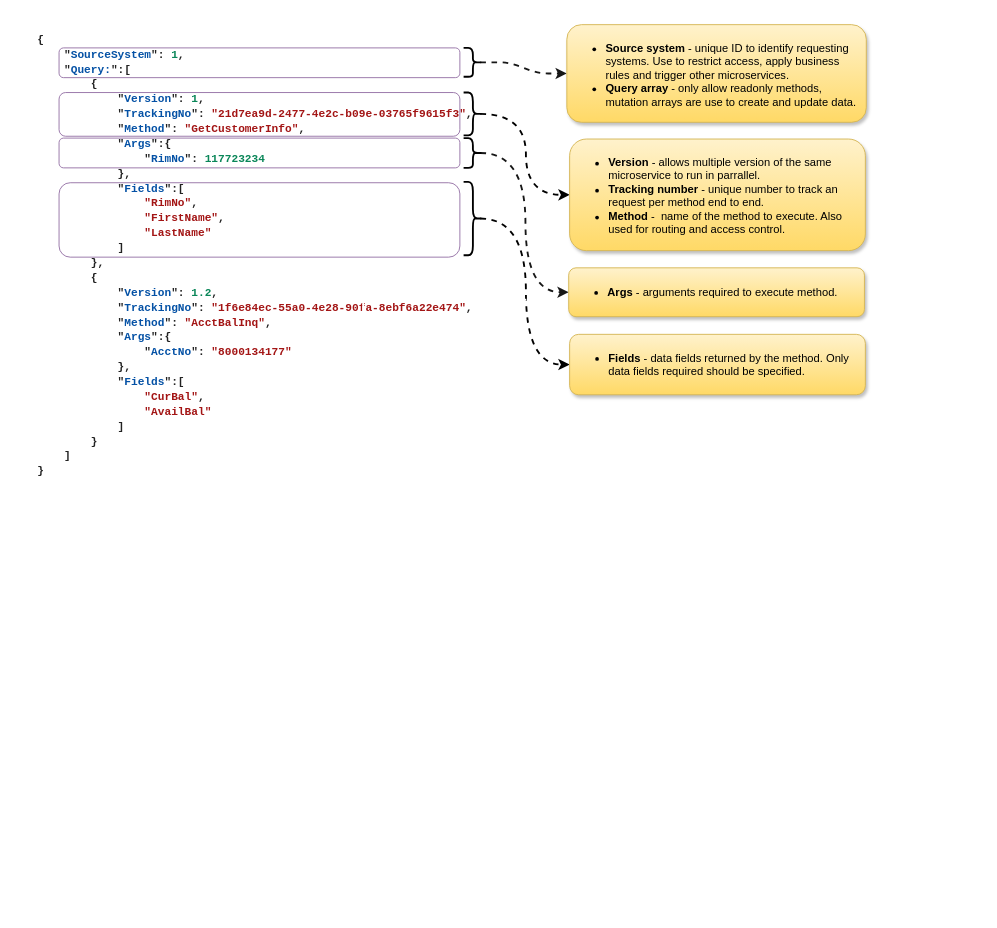
Above: page "API Taximony" (2 of 8) of Microservice Architecture.drawio in badenhorstp/readme (draw.io), before the change. Source tidied: cells renumbered, new cells numbered last; positions are measured from the earlier drawing's top-left corner, leaving out a move shared by most shapes. Both pictures are drawn from the tidied source at 93%, with x=0, y=0 at pixel (35, 16).
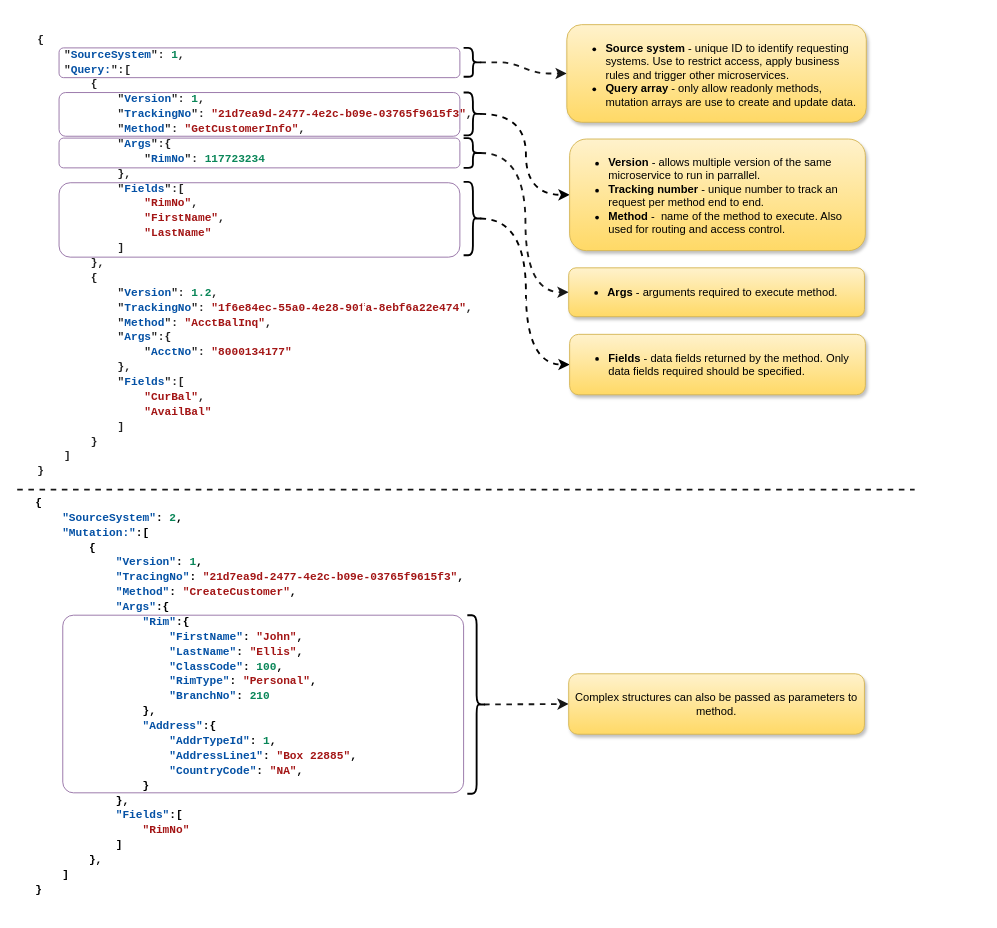
The same diagram, later.

Diff of the diagram source:
```diff
@@
+    <mxCell id="21" value="&lt;div style=&quot;box-sizing: border-box ; font-family: &amp;#34;menlo&amp;#34; , &amp;#34;monaco&amp;#34; , &amp;#34;consolas&amp;#34; , &amp;#34;courier new&amp;#34; , &amp;#34;courier&amp;#34; , monospace ; font-size: 15px&quot;&gt;&lt;pre style=&quot;font-size: 15px&quot;&gt;&lt;div style=&quot;color: rgb(212 , 212 , 212) ; background-color: rgb(30 , 30 , 30) ; font-family: &amp;#34;consolas&amp;#34; , &amp;#34;courier new&amp;#34; , monospace ; font-size: 12px ; line-height: 16px&quot;&gt;&lt;div style=&quot;font-family: &amp;#34;consolas&amp;#34; , &amp;#34;courier new&amp;#34; , monospace ; line-height: 16px&quot;&gt;&lt;div style=&quot;color: rgb(0 , 0 , 0) ; background-color: rgb(255 , 255 , 255) ; font-family: &amp;#34;consolas&amp;#34; , &amp;#34;courier new&amp;#34; , monospace ; font-weight: bold ; line-height: 16px&quot;&gt;&lt;div&gt;&lt;div style=&quot;font-family: &amp;#34;consolas&amp;#34; , &amp;#34;courier new&amp;#34; , monospace ; line-height: 16px&quot;&gt;&lt;div&gt;{&lt;/div&gt;&lt;div&gt;&amp;nbsp;&amp;nbsp;&amp;nbsp;&amp;nbsp;&lt;span style=&quot;color: #0451a5&quot;&gt;&quot;SourceSystem&quot;&lt;/span&gt;:&amp;nbsp;&lt;span style=&quot;color: #098658&quot;&gt;2&lt;/span&gt;,&lt;/div&gt;&lt;div&gt;&amp;nbsp;&amp;nbsp;&amp;nbsp;&amp;nbsp;&lt;span style=&quot;color: #0451a5&quot;&gt;&quot;Mutation:&quot;&lt;/span&gt;:[&lt;/div&gt;&lt;div&gt;&amp;nbsp;&amp;nbsp;&amp;nbsp;&amp;nbsp;&amp;nbsp;&amp;nbsp;&amp;nbsp;&amp;nbsp;{&lt;/div&gt;&lt;div&gt;&amp;nbsp;&amp;nbsp;&amp;nbsp;&amp;nbsp;&amp;nbsp;&amp;nbsp;&amp;nbsp;&amp;nbsp;&amp;nbsp;&amp;nbsp;&amp;nbsp;&amp;nbsp;&lt;span style=&quot;color: #0451a5&quot;&gt;&quot;Version&quot;&lt;/span&gt;:&amp;nbsp;&lt;span style=&quot;color: #098658&quot;&gt;1&lt;/span&gt;,&lt;/div&gt;&lt;div&gt;&amp;nbsp;&amp;nbsp;&amp;nbsp;&amp;nbsp;&amp;nbsp;&amp;nbsp;&amp;nbsp;&amp;nbsp;&amp;nbsp;&amp;nbsp;&amp;nbsp;&amp;nbsp;&lt;span style=&quot;color: #0451a5&quot;&gt;&quot;TracingNo&quot;&lt;/span&gt;:&amp;nbsp;&lt;span style=&quot;color: #a31515&quot;&gt;&quot;21d7ea9d-2477-4e2c-b09e-03765f9615f3&quot;&lt;/span&gt;,&lt;/div&gt;&lt;div&gt;&amp;nbsp;&amp;nbsp;&amp;nbsp;&amp;nbsp;&amp;nbsp;&amp;nbsp;&amp;nbsp;&amp;nbsp;&amp;nbsp;&amp;nbsp;&amp;nbsp;&amp;nbsp;&lt;span style=&quot;color: #0451a5&quot;&gt;&quot;Method&quot;&lt;/span&gt;:&amp;nbsp;&lt;span style=&quot;color: #a31515&quot;&gt;&quot;CreateCustomer&quot;&lt;/span&gt;,&lt;/div&gt;&lt;div&gt;&amp;nbsp;&amp;nbsp;&amp;nbsp;&amp;nbsp;&amp;nbsp;&amp;nbsp;&amp;nbsp;&amp;nbsp;&amp;nbsp;&amp;nbsp;&amp;nbsp;&amp;nbsp;&lt;span style=&quot;color: #0451a5&quot;&gt;&quot;Args&quot;&lt;/span&gt;:{&lt;/div&gt;&lt;div&gt;&amp;nbsp;&amp;nbsp;&amp;nbsp;&amp;nbsp;&amp;nbsp;&amp;nbsp;&amp;nbsp;&amp;nbsp;&amp;nbsp;&amp;nbsp;&amp;nbsp;&amp;nbsp;&amp;nbsp;&amp;nbsp;&amp;nbsp;&amp;nbsp;&lt;span style=&quot;color: #0451a5&quot;&gt;&quot;Rim&quot;&lt;/span&gt;:{&lt;/div&gt;&lt;div&gt;&amp;nbsp;&amp;nbsp;&amp;nbsp;&amp;nbsp;&amp;nbsp;&amp;nbsp;&amp;nbsp;&amp;nbsp;&amp;nbsp;&amp;nbsp;&amp;nbsp;&amp;nbsp;&amp;nbsp;&amp;nbsp;&amp;nbsp;&amp;nbsp;&amp;nbsp;&amp;nbsp;&amp;nbsp;&amp;nbsp;&lt;span style=&quot;color: #0451a5&quot;&gt;&quot;FirstName&quot;&lt;/span&gt;:&amp;nbsp;&lt;span style=&quot;color: #a31515&quot;&gt;&quot;John&quot;&lt;/span&gt;,&lt;/div&gt;&lt;div&gt;&amp;nbsp;&amp;nbsp;&amp;nbsp;&amp;nbsp;&amp;nbsp;&amp;nbsp;&amp;nbsp;&amp;nbsp;&amp;nbsp;&amp;nbsp;&amp;nbsp;&amp;nbsp;&amp;nbsp;&amp;nbsp;&amp;nbsp;&amp;nbsp;&amp;nbsp;&amp;nbsp;&amp;nbsp;&amp;nbsp;&lt;span style=&quot;color: #0451a5&quot;&gt;&quot;LastName&quot;&lt;/span&gt;:&amp;nbsp;&lt;span style=&quot;color: #a31515&quot;&gt;&quot;Ellis&quot;&lt;/span&gt;,&lt;/div&gt;&lt;div&gt;&amp;nbsp;&amp;nbsp;&amp;nbsp;&amp;nbsp;&amp;nbsp;&amp;nbsp;&amp;nbsp;&amp;nbsp;&amp;nbsp;&amp;nbsp;&amp;nbsp;&amp;nbsp;&amp;nbsp;&amp;nbsp;&amp;nbsp;&amp;nbsp;&amp;nbsp;&amp;nbsp;&amp;nbsp;&amp;nbsp;&lt;span style=&quot;color: #0451a5&quot;&gt;&quot;ClassCode&quot;&lt;/span&gt;:&amp;nbsp;&lt;span style=&quot;color: #098658&quot;&gt;100&lt;/span&gt;,&lt;/div&gt;&lt;div&gt;&amp;nbsp;&amp;nbsp;&amp;nbsp;&amp;nbsp;&amp;nbsp;&amp;nbsp;&amp;nbsp;&amp;nbsp;&amp;nbsp;&amp;nbsp;&amp;nbsp;&amp;nbsp;&amp;nbsp;&amp;nbsp;&amp;nbsp;&amp;nbsp;&amp;nbsp;&amp;nbsp;&amp;nbsp;&amp;nbsp;&lt;span style=&quot;color: #0451a5&quot;&gt;&quot;RimType&quot;&lt;/span&gt;:&amp;nbsp;&lt;span style=&quot;color: #a31515&quot;&gt;&quot;Personal&quot;&lt;/span&gt;,&lt;/div&gt;&lt;div&gt;&amp;nbsp;&amp;nbsp;&amp;nbsp;&amp;nbsp;&amp;nbsp;&amp;nbsp;&amp;nbsp;&amp;nbsp;&amp;nbsp;&amp;nbsp;&amp;nbsp;&amp;nbsp;&amp;nbsp;&amp;nbsp;&amp;nbsp;&amp;nbsp;&amp;nbsp;&amp;nbsp;&amp;nbsp;&amp;nbsp;&lt;span style=&quot;color: #0451a5&quot;&gt;&quot;BranchNo&quot;&lt;/span&gt;:&amp;nbsp;&lt;span style=&quot;color: #098658&quot;&gt;210&lt;/span&gt;&lt;/div&gt;&lt;div&gt;&amp;nbsp;&amp;nbsp;&amp;nbsp;&amp;nbsp;&amp;nbsp;&amp;nbsp;&amp;nbsp;&amp;nbsp;&amp;nbsp;&amp;nbsp;&amp;nbsp;&amp;nbsp;&amp;nbsp;&amp;nbsp;&amp;nbsp;&amp;nbsp;},&lt;/div&gt;&lt;div&gt;&amp;nbsp;&amp;nbsp;&amp;nbsp;&amp;nbsp;&amp;nbsp;&amp;nbsp;&amp;nbsp;&amp;nbsp;&amp;nbsp;&amp;nbsp;&amp;nbsp;&amp;nbsp;&amp;nbsp;&amp;nbsp;&amp;nbsp;&amp;nbsp;&lt;span style=&quot;color: #0451a5&quot;&gt;&quot;Address&quot;&lt;/span&gt;:{&lt;/div&gt;&lt;div&gt;&amp;nbsp;&amp;nbsp;&amp;nbsp;&amp;nbsp;&amp;nbsp;&amp;nbsp;&amp;nbsp;&amp;nbsp;&amp;nbsp;&amp;nbsp;&amp;nbsp;&amp;nbsp;&amp;nbsp;&amp;nbsp;&amp;nbsp;&amp;nbsp;&amp;nbsp;&amp;nbsp;&amp;nbsp;&amp;nbsp;&lt;span style=&quot;color: #0451a5&quot;&gt;&quot;AddrTypeId&quot;&lt;/span&gt;:&amp;nbsp;&lt;span style=&quot;color: #098658&quot;&gt;1&lt;/span&gt;,&lt;/div&gt;&lt;div&gt;&amp;nbsp;&amp;nbsp;&amp;nbsp;&amp;nbsp;&amp;nbsp;&amp;nbsp;&amp;nbsp;&amp;nbsp;&amp;nbsp;&amp;nbsp;&amp;nbsp;&amp;nbsp;&amp;nbsp;&amp;nbsp;&amp;nbsp;&amp;nbsp;&amp;nbsp;&amp;nbsp;&amp;nbsp;&amp;nbsp;&lt;span style=&quot;color: #0451a5&quot;&gt;&quot;AddressLine1&quot;&lt;/span&gt;:&amp;nbsp;&lt;span style=&quot;color: #a31515&quot;&gt;&quot;Box&amp;nbsp;22885&quot;&lt;/span&gt;,&lt;/div&gt;&lt;div&gt;&amp;nbsp;&amp;nbsp;&amp;nbsp;&amp;nbsp;&amp;nbsp;&amp;nbsp;&amp;nbsp;&amp;nbsp;&amp;nbsp;&amp;nbsp;&amp;nbsp;&amp;nbsp;&amp;nbsp;&amp;nbsp;&amp;nbsp;&amp;nbsp;&amp;nbsp;&amp;nbsp;&amp;nbsp;&amp;nbsp;&lt;span style=&quot;color: #0451a5&quot;&gt;&quot;CountryCode&quot;&lt;/span&gt;:&amp;nbsp;&lt;span style=&quot;color: #a31515&quot;&gt;&quot;NA&quot;&lt;/span&gt;,&lt;/div&gt;&lt;div&gt;&amp;nbsp;&amp;nbsp;&amp;nbsp;&amp;nbsp;&amp;nbsp;&amp;nbsp;&amp;nbsp;&amp;nbsp;&amp;nbsp;&amp;nbsp;&amp;nbsp;&amp;nbsp;&amp;nbsp;&amp;nbsp;&amp;nbsp;&amp;nbsp;}&lt;/div&gt;&lt;div&gt;&amp;nbsp;&amp;nbsp;&amp;nbsp;&amp;nbsp;&amp;nbsp;&amp;nbsp;&amp;nbsp;&amp;nbsp;&amp;nbsp;&amp;nbsp;&amp;nbsp;&amp;nbsp;},&lt;/div&gt;&lt;div&gt;&amp;nbsp;&amp;nbsp;&amp;nbsp;&amp;nbsp;&amp;nbsp;&amp;nbsp;&amp;nbsp;&amp;nbsp;&amp;nbsp;&amp;nbsp;&amp;nbsp;&amp;nbsp;&lt;span style=&quot;color: #0451a5&quot;&gt;&quot;Fields&quot;&lt;/span&gt;:[&lt;/div&gt;&lt;div&gt;&amp;nbsp;&amp;nbsp;&amp;nbsp;&amp;nbsp;&amp;nbsp;&amp;nbsp;&amp;nbsp;&amp;nbsp;&amp;nbsp;&amp;nbsp;&amp;nbsp;&amp;nbsp;&amp;nbsp;&amp;nbsp;&amp;nbsp;&amp;nbsp;&lt;span style=&quot;color: #a31515&quot;&gt;&quot;RimNo&quot;&lt;/span&gt;&lt;/div&gt;&lt;div&gt;&amp;nbsp;&amp;nbsp;&amp;nbsp;&amp;nbsp;&amp;nbsp;&amp;nbsp;&amp;nbsp;&amp;nbsp;&amp;nbsp;&amp;nbsp;&amp;nbsp;&amp;nbsp;]&lt;/div&gt;&lt;div&gt;&amp;nbsp;&amp;nbsp;&amp;nbsp;&amp;nbsp;&amp;nbsp;&amp;nbsp;&amp;nbsp;&amp;nbsp;},&lt;/div&gt;&lt;div&gt;&amp;nbsp;&amp;nbsp;&amp;nbsp;&amp;nbsp;]&amp;nbsp;&amp;nbsp;&amp;nbsp;&amp;nbsp;&lt;/div&gt;&lt;div&gt;}&lt;/div&gt;&lt;/div&gt;&lt;/div&gt;&lt;/div&gt;&lt;/div&gt;&lt;/div&gt;&lt;/pre&gt;&lt;/div&gt;" style="text;html=1;align=left;verticalAlign=middle;fillColor=none;strokeColor=none;rounded=0;shadow=0;glass=0;sketch=0;fontColor=#4D4D4D;fontSize=15;" parent="1" vertex="1">
+      <mxGeometry x="-2" y="498" width="432" height="466" as="geometry" />
+    </mxCell>
+    <mxCell id="22" style="rounded=1;whiteSpace=wrap;html=1;shadow=0;strokeColor=#9673a6;fillColor=none;arcSize=6;" parent="1" vertex="1">
+      <mxGeometry x="29" y="644" width="431" height="191" as="geometry" />
+    </mxCell>
+    <mxCell id="23" style="edgeStyle=none;jettySize=auto;html=1;exitX=0.1;exitY=0.5;exitDx=0;exitDy=0;exitPerimeter=0;entryX=0;entryY=0.5;entryDx=0;entryDy=0;dashed=1;strokeColor=#171717;strokeWidth=2;" parent="1" edge="1" source="24" target="25">
+      <mxGeometry relative="1" as="geometry" />
+    </mxCell>
+    <mxCell id="24" style="shape=curlyBracket;whiteSpace=wrap;html=1;rounded=1;flipH=1;shadow=0;glass=0;sketch=0;fontSize=15;fontColor=#4D4D4D;fillColor=#E6E6E6;gradientColor=none;align=left;strokeWidth=2;" parent="1" vertex="1">
+      <mxGeometry x="464" y="644" width="20" height="192" as="geometry" />
+    </mxCell>
+    <mxCell id="25" value="Complex structures can also be passed as parameters to method." style="rounded=1;whiteSpace=wrap;html=1;fillColor=#fff2cc;strokeColor=#d6b656;gradientColor=#ffd966;align=center;verticalAlign=middle;shadow=1;" parent="1" vertex="1">
+      <mxGeometry x="573" y="707" width="318" height="65" as="geometry" />
+    </mxCell>
+    <mxCell id="26" style="endArrow=none;dashed=1;html=1;strokeColor=#171717;strokeWidth=2;" parent="1" edge="1">
+      <mxGeometry relative="1" as="geometry">
+        <mxPoint x="-20" y="509" as="sourcePoint" />
+        <mxPoint x="945" y="509" as="targetPoint" />
+      </mxGeometry>
+    </mxCell>
```
